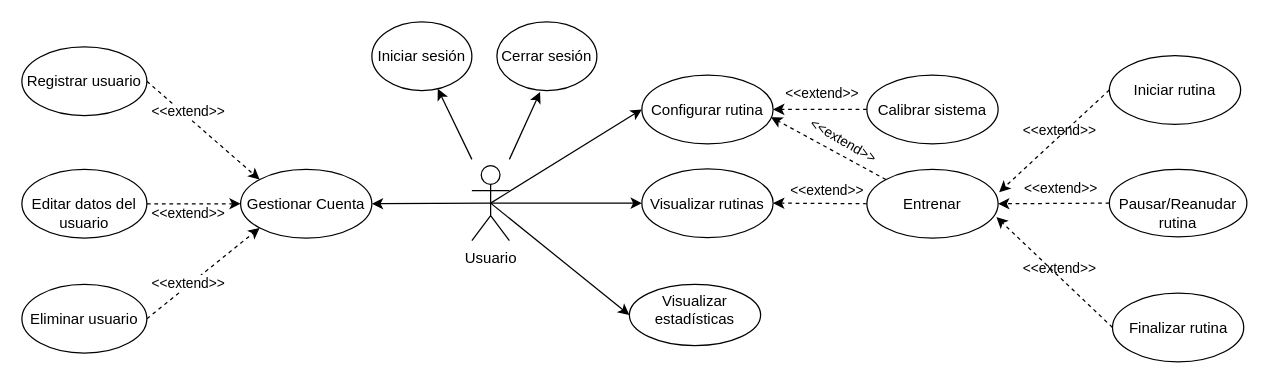
This is document/images/diagram-usecase-user.drawio from lcasan/Thesis, a draw.io file, before an edit. Source tidied: cells renumbered, new cells numbered last; positions are measured from the earlier drawing's top-left corner, leaving out a move shared by most shapes. Both pictures are drawn from the tidied source at 125%, with x=0, y=0 at pixel (21, 21).
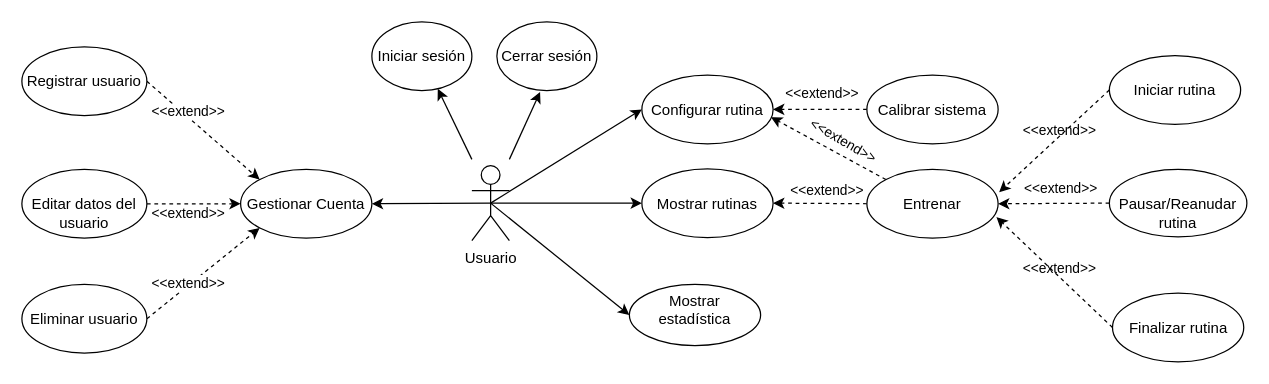
Above is the later version.

Diff of the diagram source:
```diff
@@
-    <mxCell id="22" value="Visualizar estadísticas" style="ellipse;whiteSpace=wrap;html=1;verticalAlign=top;" parent="1" vertex="1">
+    <mxCell id="22" value="Mostrar &lt;br&gt;estadística" style="ellipse;whiteSpace=wrap;html=1;verticalAlign=top;" parent="1" vertex="1">
       <mxGeometry x="486" y="210" width="105" height="49" as="geometry" />
     </mxCell>
@@
-    <mxCell id="33" value="&lt;br&gt;Visualizar rutinas" style="ellipse;whiteSpace=wrap;html=1;verticalAlign=top;" parent="1" vertex="1">
+    <mxCell id="33" value="&lt;br&gt;Mostrar rutinas" style="ellipse;whiteSpace=wrap;html=1;verticalAlign=top;" parent="1" vertex="1">
       <mxGeometry x="496" y="117.5" width="105" height="55" as="geometry" />
     </mxCell>
```
